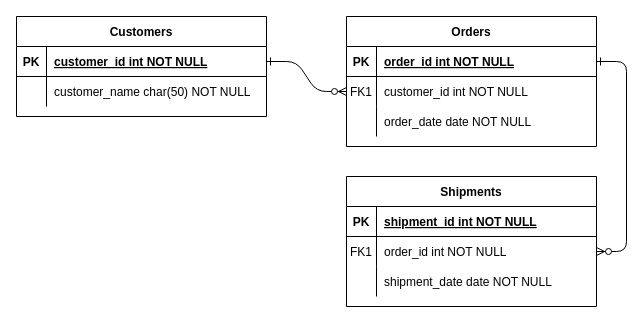
Above: ERD_first_sample.drawio in fernando-mashimo/trybe-SQL_ERD (draw.io), before the change. Source tidied: cells renumbered, new cells numbered last; positions are measured from the earlier drawing's top-left corner, leaving out a move shared by most shapes. Both pictures are drawn from the tidied source at 100%, with x=0, y=0 at pixel (16, 16).
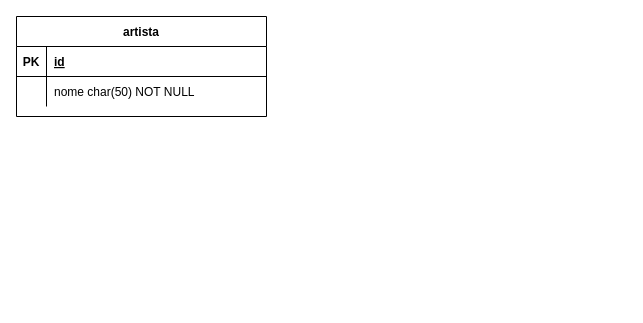
After the change.

Unchanged cells that the change refers to:
```xml
<mxCell id="25" style="shape=partialRectangle;fillColor=none;points=[[0,0.5],[1,0.5]];portConstraint=eastwest;top=0;left=0;right=0;bottom=1;" parent="24" vertex="1">
  <mxGeometry y="30" width="250" height="30" as="geometry" />
</mxCell>
<mxCell id="28" style="shape=partialRectangle;fillColor=none;top=0;left=0;right=0;bottom=0;" parent="24" vertex="1">
  <mxGeometry y="60" width="250" height="30" as="geometry" />
</mxCell>
```

What changed in the source:
```diff
@@
-    <mxCell id="2" style="edgeStyle=entityRelationEdgeStyle;endArrow=ERzeroToMany;startArrow=ERone;endFill=1;startFill=0;" parent="1" edge="1" source="25" target="8">
-      <mxGeometry relative="1" as="geometry" />
-    </mxCell>
-    <mxCell id="3" style="edgeStyle=entityRelationEdgeStyle;endArrow=ERzeroToMany;startArrow=ERone;endFill=1;startFill=0;" parent="1" edge="1" source="5" target="18">
-      <mxGeometry relative="1" as="geometry" />
-    </mxCell>
-    <mxCell id="4" value="Orders" style="shape=table;startSize=30;childLayout=tableLayout;rowLines=0;fontStyle=1;align=center;" parent="1" vertex="1">
-      <mxGeometry x="330" width="250" height="130" as="geometry" />
-    </mxCell>
-    <mxCell id="5" style="shape=partialRectangle;fillColor=none;points=[[0,0.5],[1,0.5]];portConstraint=eastwest;top=0;left=0;right=0;bottom=1;" parent="4" vertex="1">
-      <mxGeometry y="30" width="250" height="30" as="geometry" />
-    </mxCell>
-    <mxCell id="6" value="PK" style="shape=partialRectangle;overflow=hidden;fillColor=none;top=0;left=0;bottom=0;right=0;fontStyle=1;" parent="5" vertex="1">
-      <mxGeometry width="30" height="30" as="geometry" />
-    </mxCell>
-    <mxCell id="7" value="order_id int NOT NULL " style="shape=partialRectangle;overflow=hidden;fillColor=none;top=0;left=0;bottom=0;right=0;align=left;spacingLeft=6;fontStyle=5;" parent="5" vertex="1">
-      <mxGeometry x="30" width="220" height="30" as="geometry" />
-    </mxCell>
-    <mxCell id="8" style="shape=partialRectangle;fillColor=none;points=[[0,0.5],[1,0.5]];portConstraint=eastwest;top=0;left=0;right=0;bottom=0;" parent="4" vertex="1">
-      <mxGeometry y="60" width="250" height="30" as="geometry" />
-    </mxCell>
-    <mxCell id="9" value="FK1" style="shape=partialRectangle;overflow=hidden;fillColor=none;top=0;left=0;bottom=0;right=0;" parent="8" vertex="1">
-      <mxGeometry width="30" height="30" as="geometry" />
-    </mxCell>
-    <mxCell id="10" value="customer_id int NOT NULL" style="shape=partialRectangle;overflow=hidden;fillColor=none;top=0;left=0;bottom=0;right=0;align=left;spacingLeft=6;" parent="8" vertex="1">
-      <mxGeometry x="30" width="220" height="30" as="geometry" />
-    </mxCell>
-    <mxCell id="11" style="shape=partialRectangle;fillColor=none;top=0;left=0;right=0;bottom=0;" parent="4" vertex="1">
-      <mxGeometry y="90" width="250" height="30" as="geometry" />
-    </mxCell>
-    <mxCell id="12" style="shape=partialRectangle;overflow=hidden;fillColor=none;top=0;left=0;bottom=0;right=0;" parent="11" vertex="1">
-      <mxGeometry width="30" height="30" as="geometry" />
-    </mxCell>
-    <mxCell id="13" value="order_date date NOT NULL" style="shape=partialRectangle;overflow=hidden;fillColor=none;top=0;left=0;bottom=0;right=0;align=left;spacingLeft=6;" parent="11" vertex="1">
-      <mxGeometry x="30" width="220" height="30" as="geometry" />
-    </mxCell>
-    <mxCell id="14" value="Shipments" style="shape=table;startSize=30;childLayout=tableLayout;rowLines=0;fontStyle=1;align=center;" parent="1" vertex="1">
-      <mxGeometry x="330" y="160" width="250" height="130" as="geometry" />
-    </mxCell>
-    <mxCell id="15" style="shape=partialRectangle;fillColor=none;top=0;left=0;right=0;bottom=1;" parent="14" vertex="1">
-      <mxGeometry y="30" width="250" height="30" as="geometry" />
-    </mxCell>
-    <mxCell id="16" value="PK" style="shape=partialRectangle;overflow=hidden;fillColor=none;top=0;left=0;bottom=0;right=0;fontStyle=1;" parent="15" vertex="1">
-      <mxGeometry width="30" height="30" as="geometry" />
-    </mxCell>
-    <mxCell id="17" value="shipment_id int NOT NULL " style="shape=partialRectangle;overflow=hidden;fillColor=none;top=0;left=0;bottom=0;right=0;align=left;spacingLeft=6;fontStyle=5;" parent="15" vertex="1">
-      <mxGeometry x="30" width="220" height="30" as="geometry" />
-    </mxCell>
-    <mxCell id="18" style="shape=partialRectangle;fillColor=none;points=[[0,0.5],[1,0.5]];portConstraint=eastwest;top=0;left=0;right=0;bottom=0;" parent="14" vertex="1">
-      <mxGeometry y="60" width="250" height="30" as="geometry" />
-    </mxCell>
-    <mxCell id="19" value="FK1" style="shape=partialRectangle;overflow=hidden;fillColor=none;top=0;left=0;bottom=0;right=0;" parent="18" vertex="1">
-      <mxGeometry width="30" height="30" as="geometry" />
-    </mxCell>
-    <mxCell id="20" value="order_id int NOT NULL" style="shape=partialRectangle;overflow=hidden;fillColor=none;top=0;left=0;bottom=0;right=0;align=left;spacingLeft=6;" parent="18" vertex="1">
-      <mxGeometry x="30" width="220" height="30" as="geometry" />
-    </mxCell>
-    <mxCell id="21" style="shape=partialRectangle;fillColor=none;top=0;left=0;right=0;bottom=0;" parent="14" vertex="1">
-      <mxGeometry y="90" width="250" height="30" as="geometry" />
-    </mxCell>
-    <mxCell id="22" style="shape=partialRectangle;overflow=hidden;fillColor=none;top=0;left=0;bottom=0;right=0;" parent="21" vertex="1">
-      <mxGeometry width="30" height="30" as="geometry" />
-    </mxCell>
-    <mxCell id="23" value="shipment_date date NOT NULL" style="shape=partialRectangle;overflow=hidden;fillColor=none;top=0;left=0;bottom=0;right=0;align=left;spacingLeft=6;" parent="21" vertex="1">
-      <mxGeometry x="30" width="220" height="30" as="geometry" />
-    </mxCell>
-    <mxCell id="24" value="Customers" style="shape=table;startSize=30;childLayout=tableLayout;rowLines=0;fontStyle=1;align=center;" parent="1" vertex="1">
+    <mxCell id="24" value="artista" style="shape=table;startSize=30;childLayout=tableLayout;rowLines=0;fontStyle=1;align=center;" parent="1" vertex="1">
       <mxGeometry width="250" height="100" as="geometry" />
     </mxCell>
@@
-    <mxCell id="27" value="customer_id int NOT NULL " style="shape=partialRectangle;overflow=hidden;fillColor=none;top=0;left=0;bottom=0;right=0;align=left;spacingLeft=6;fontStyle=5;" parent="25" vertex="1">
+    <mxCell id="27" value="id" style="shape=partialRectangle;overflow=hidden;fillColor=none;top=0;left=0;bottom=0;right=0;align=left;spacingLeft=6;fontStyle=5;" parent="25" vertex="1">
       <mxGeometry x="30" width="220" height="30" as="geometry" />
     </mxCell>
@@
-    <mxCell id="30" value="customer_name char(50) NOT NULL" style="shape=partialRectangle;overflow=hidden;fillColor=none;top=0;left=0;bottom=0;right=0;align=left;spacingLeft=6;" parent="28" vertex="1">
+    <mxCell id="30" value="nome char(50) NOT NULL" style="shape=partialRectangle;overflow=hidden;fillColor=none;top=0;left=0;bottom=0;right=0;align=left;spacingLeft=6;" parent="28" vertex="1">
       <mxGeometry x="30" width="220" height="30" as="geometry" />
     </mxCell>
```
